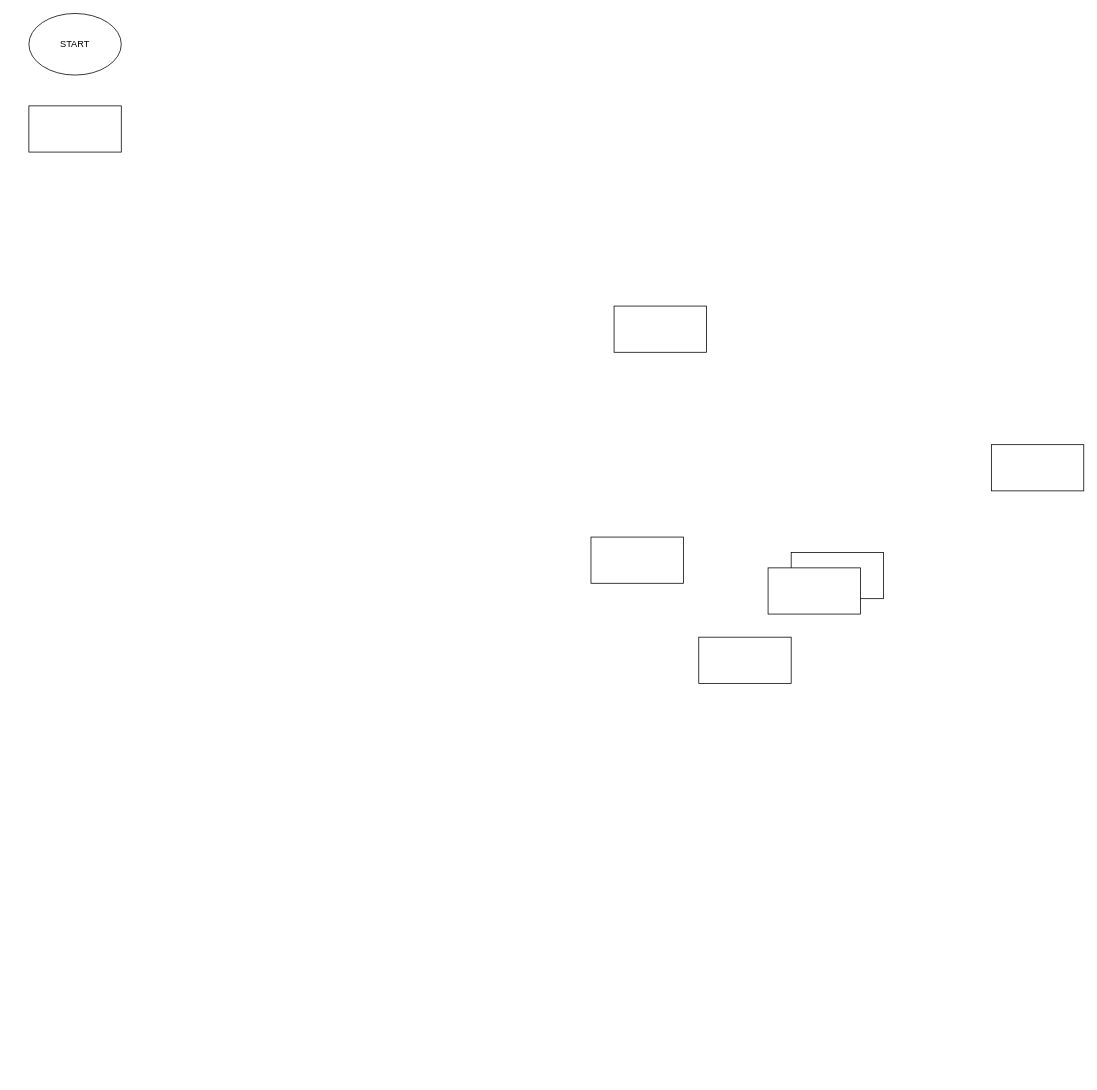
Before: Untitled Diagram.drawio in hypertux001/flowcharts, a draw.io diagram. Source tidied: cells renumbered, new cells numbered last; positions are measured from the earlier drawing's top-left corner, leaving out a move shared by most shapes. Both pictures are drawn from the tidied source at 77%, with x=0, y=0 at pixel (28, 13).
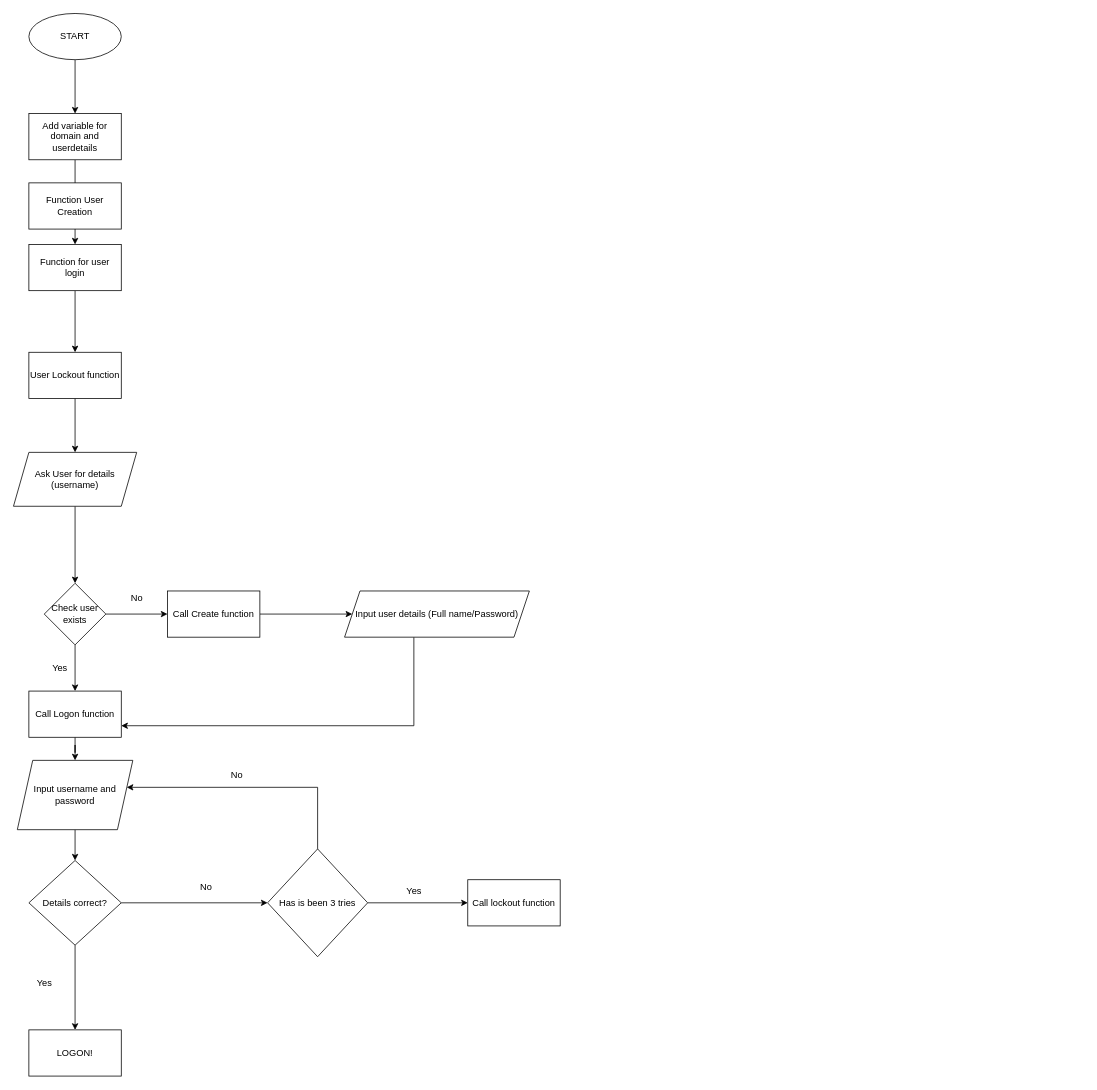
Above is the later version.

Commit message:
Finish Flowchart

What changed in the source:
```diff
@@
+    <mxCell id="10" style="edgeStyle=orthogonalEdgeStyle;rounded=0;jettySize=auto;html=1;" parent="1" edge="1" source="2" target="3">
+      <mxGeometry relative="1" as="geometry" />
+    </mxCell>
     <mxCell id="2" value="START&lt;br&gt;" style="ellipse;whiteSpace=wrap;html=1;" parent="1" vertex="1">
-      <mxGeometry width="120" height="80" as="geometry" />
+      <mxGeometry width="120" height="60" as="geometry" />
     </mxCell>
+    <mxCell id="11" style="edgeStyle=orthogonalEdgeStyle;rounded=0;jettySize=auto;html=1;" parent="1" edge="1" source="3" target="8">
+      <mxGeometry relative="1" as="geometry" />
+    </mxCell>
-    <mxCell id="3" style="rounded=0;whiteSpace=wrap;html=1;" parent="1" vertex="1">
-      <mxGeometry y="120" width="120" height="60" as="geometry" />
+    <mxCell id="3" value="Add variable for domain and userdetails" style="rounded=0;whiteSpace=wrap;html=1;" parent="1" vertex="1">
+      <mxGeometry y="130" width="120" height="60" as="geometry" />
     </mxCell>
-    <mxCell id="4" style="rounded=0;whiteSpace=wrap;html=1;" parent="1" vertex="1">
-      <mxGeometry x="1250" y="560" width="120" height="60" as="geometry" />
+    <mxCell id="4" value="Function User Creation" style="rounded=0;whiteSpace=wrap;html=1;" parent="1" vertex="1">
+      <mxGeometry y="220" width="120" height="60" as="geometry" />
     </mxCell>
+    <mxCell id="12" style="edgeStyle=orthogonalEdgeStyle;rounded=0;jettySize=auto;html=1;" parent="1" edge="1" source="5" target="16">
+      <mxGeometry relative="1" as="geometry" />
+    </mxCell>
-    <mxCell id="5" style="rounded=0;whiteSpace=wrap;html=1;" parent="1" vertex="1">
-      <mxGeometry x="990" y="700" width="120" height="60" as="geometry" />
+    <mxCell id="5" value="User Lockout function" style="rounded=0;whiteSpace=wrap;html=1;" parent="1" vertex="1">
+      <mxGeometry y="440" width="120" height="60" as="geometry" />
     </mxCell>
+    <mxCell id="13" style="edgeStyle=orthogonalEdgeStyle;rounded=0;jettySize=auto;html=1;" parent="1" edge="1" source="6" target="25">
+      <mxGeometry relative="1" as="geometry" />
+    </mxCell>
-    <mxCell id="6" style="rounded=0;whiteSpace=wrap;html=1;" parent="1" vertex="1">
-      <mxGeometry x="960" y="720" width="120" height="60" as="geometry" />
+    <mxCell id="6" value="Call Create function" style="rounded=0;whiteSpace=wrap;html=1;" parent="1" vertex="1">
+      <mxGeometry x="180" y="750" width="120" height="60" as="geometry" />
     </mxCell>
-    <mxCell id="7" style="rounded=0;whiteSpace=wrap;html=1;" parent="1" vertex="1">
-      <mxGeometry x="870" y="810" width="120" height="60" as="geometry" />
-    </mxCell>
+    <mxCell id="14" style="edgeStyle=orthogonalEdgeStyle;rounded=0;jettySize=auto;html=1;" parent="1" edge="1" source="8" target="5">
+      <mxGeometry relative="1" as="geometry" />
+    </mxCell>
-    <mxCell id="8" style="rounded=0;whiteSpace=wrap;html=1;" parent="1" vertex="1">
-      <mxGeometry x="730" y="680" width="120" height="60" as="geometry" />
+    <mxCell id="8" value="Function for user login" style="rounded=0;whiteSpace=wrap;html=1;" parent="1" vertex="1">
+      <mxGeometry y="300" width="120" height="60" as="geometry" />
     </mxCell>
-    <mxCell id="9" style="rounded=0;whiteSpace=wrap;html=1;" parent="1" vertex="1">
-      <mxGeometry x="760" y="380" width="120" height="60" as="geometry" />
-    </mxCell>
+    <mxCell id="15" style="edgeStyle=orthogonalEdgeStyle;rounded=0;jettySize=auto;html=1;" parent="1" edge="1" source="16" target="19">
+      <mxGeometry relative="1" as="geometry" />
+    </mxCell>
+    <mxCell id="16" value="Ask User for details (username)" style="shape=parallelogram;perimeter=parallelogramPerimeter;whiteSpace=wrap;html=1;fixedSize=1;" parent="1" vertex="1">
+      <mxGeometry x="-20" y="570" width="160" height="70" as="geometry" />
+    </mxCell>
+    <mxCell id="17" style="edgeStyle=orthogonalEdgeStyle;rounded=0;jettySize=auto;html=1;" parent="1" edge="1" source="19" target="21">
+      <mxGeometry relative="1" as="geometry" />
+    </mxCell>
+    <mxCell id="18" style="edgeStyle=orthogonalEdgeStyle;rounded=0;jettySize=auto;html=1;" parent="1" edge="1" source="19" target="6">
+      <mxGeometry relative="1" as="geometry" />
+    </mxCell>
+    <mxCell id="19" value="Check user exists" style="rhombus;whiteSpace=wrap;html=1;" parent="1" vertex="1">
+      <mxGeometry x="20" y="740" width="80" height="80" as="geometry" />
+    </mxCell>
+    <mxCell id="20" style="edgeStyle=orthogonalEdgeStyle;rounded=0;jettySize=auto;html=1;" parent="1" edge="1" source="21" target="27">
+      <mxGeometry relative="1" as="geometry" />
+    </mxCell>
+    <mxCell id="21" value="Call Logon function" style="rounded=0;whiteSpace=wrap;html=1;" parent="1" vertex="1">
+      <mxGeometry y="880" width="120" height="60" as="geometry" />
+    </mxCell>
+    <mxCell id="22" value="Yes" style="text;html=1;align=center;verticalAlign=middle;strokeColor=none;fillColor=none;" parent="1" vertex="1">
+      <mxGeometry x="20" y="835" width="40" height="30" as="geometry" />
+    </mxCell>
+    <mxCell id="23" value="No" style="text;html=1;align=center;verticalAlign=middle;strokeColor=none;fillColor=none;" parent="1" vertex="1">
+      <mxGeometry x="120" y="745" width="40" height="30" as="geometry" />
+    </mxCell>
+    <mxCell id="24" style="edgeStyle=orthogonalEdgeStyle;rounded=0;jettySize=auto;html=1;entryX=1;entryY=0.75;entryDx=0;entryDy=0;" parent="1" edge="1" source="25" target="21">
+      <mxGeometry relative="1" as="geometry">
+        <Array as="points">
+          <mxPoint x="500" y="925" />
+        </Array>
+      </mxGeometry>
+    </mxCell>
+    <mxCell id="25" value="Input user details (Full name/Password)" style="shape=parallelogram;perimeter=parallelogramPerimeter;whiteSpace=wrap;html=1;fixedSize=1;" parent="1" vertex="1">
+      <mxGeometry x="410" y="750" width="240" height="60" as="geometry" />
+    </mxCell>
+    <mxCell id="26" style="edgeStyle=orthogonalEdgeStyle;rounded=0;jettySize=auto;html=1;" parent="1" edge="1" source="27" target="30">
+      <mxGeometry relative="1" as="geometry" />
+    </mxCell>
+    <mxCell id="27" value="Input username and password&lt;br&gt;" style="shape=parallelogram;perimeter=parallelogramPerimeter;whiteSpace=wrap;html=1;fixedSize=1;" parent="1" vertex="1">
+      <mxGeometry x="-15" y="970" width="150" height="90" as="geometry" />
+    </mxCell>
+    <mxCell id="28" style="edgeStyle=orthogonalEdgeStyle;rounded=0;jettySize=auto;html=1;" parent="1" edge="1" source="30" target="34">
+      <mxGeometry relative="1" as="geometry" />
+    </mxCell>
+    <mxCell id="29" style="edgeStyle=orthogonalEdgeStyle;rounded=0;jettySize=auto;html=1;entryX=0;entryY=0.5;entryDx=0;entryDy=0;" parent="1" edge="1" source="30" target="33">
+      <mxGeometry relative="1" as="geometry" />
+    </mxCell>
+    <mxCell id="30" value="Details correct?" style="rhombus;whiteSpace=wrap;html=1;" parent="1" vertex="1">
+      <mxGeometry y="1100" width="120" height="110" as="geometry" />
+    </mxCell>
+    <mxCell id="31" style="edgeStyle=orthogonalEdgeStyle;rounded=0;jettySize=auto;html=1;entryX=0;entryY=0.5;entryDx=0;entryDy=0;" parent="1" edge="1" source="33" target="37">
+      <mxGeometry relative="1" as="geometry" />
+    </mxCell>
+    <mxCell id="32" style="edgeStyle=orthogonalEdgeStyle;rounded=0;jettySize=auto;html=1;entryX=0.947;entryY=0.389;entryDx=0;entryDy=0;entryPerimeter=0;" parent="1" edge="1" source="33" target="27">
+      <mxGeometry relative="1" as="geometry">
+        <Array as="points">
+          <mxPoint x="375" y="1005" />
+        </Array>
+      </mxGeometry>
+    </mxCell>
+    <mxCell id="33" value="Has is been 3 tries" style="rhombus;whiteSpace=wrap;html=1;" parent="1" vertex="1">
+      <mxGeometry x="310" y="1085" width="130" height="140" as="geometry" />
+    </mxCell>
+    <mxCell id="34" value="LOGON!" style="rounded=0;whiteSpace=wrap;html=1;" parent="1" vertex="1">
+      <mxGeometry y="1320" width="120" height="60" as="geometry" />
+    </mxCell>
+    <mxCell id="35" value="Yes" style="text;html=1;align=center;verticalAlign=middle;strokeColor=none;fillColor=none;" parent="1" vertex="1">
+      <mxGeometry y="1245" width="40" height="30" as="geometry" />
+    </mxCell>
+    <mxCell id="36" value="No" style="text;html=1;align=center;verticalAlign=middle;strokeColor=none;fillColor=none;" parent="1" vertex="1">
+      <mxGeometry x="210" y="1120" width="40" height="30" as="geometry" />
+    </mxCell>
+    <mxCell id="37" value="Call lockout function" style="rounded=0;whiteSpace=wrap;html=1;" parent="1" vertex="1">
+      <mxGeometry x="570" y="1125" width="120" height="60" as="geometry" />
+    </mxCell>
+    <mxCell id="38" value="Yes" style="text;html=1;align=center;verticalAlign=middle;strokeColor=none;fillColor=none;" parent="1" vertex="1">
+      <mxGeometry x="480" y="1125" width="40" height="30" as="geometry" />
+    </mxCell>
+    <mxCell id="39" value="No" style="text;html=1;align=center;verticalAlign=middle;strokeColor=none;fillColor=none;" parent="1" vertex="1">
+      <mxGeometry x="250" y="975" width="40" height="30" as="geometry" />
+    </mxCell>
```
